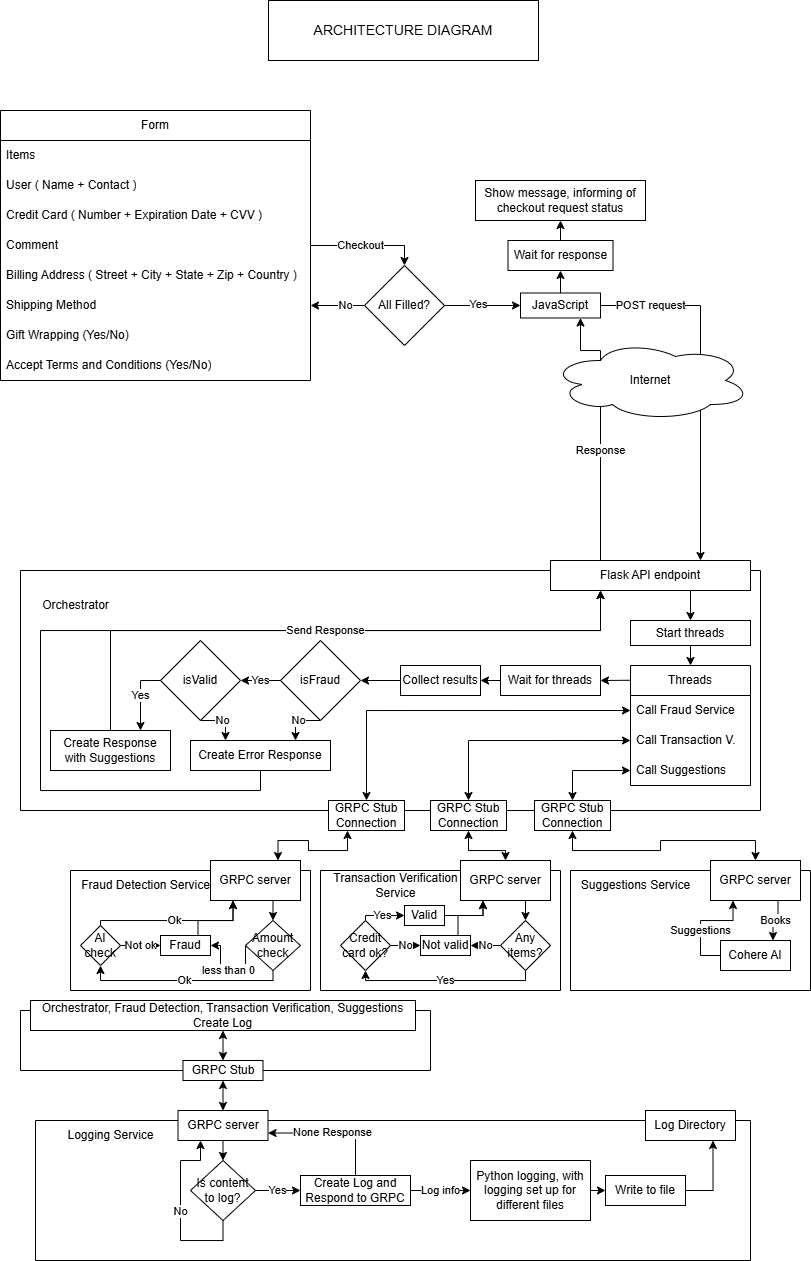
Above: docs/Architecture Diagram.png in FooKaDoO/ds-practice-2025 (draw.io), before the change. Source tidied: cells renumbered, new cells last; positions are measured from the earlier drawing's top-left corner, leaving out a move shared by most shapes.
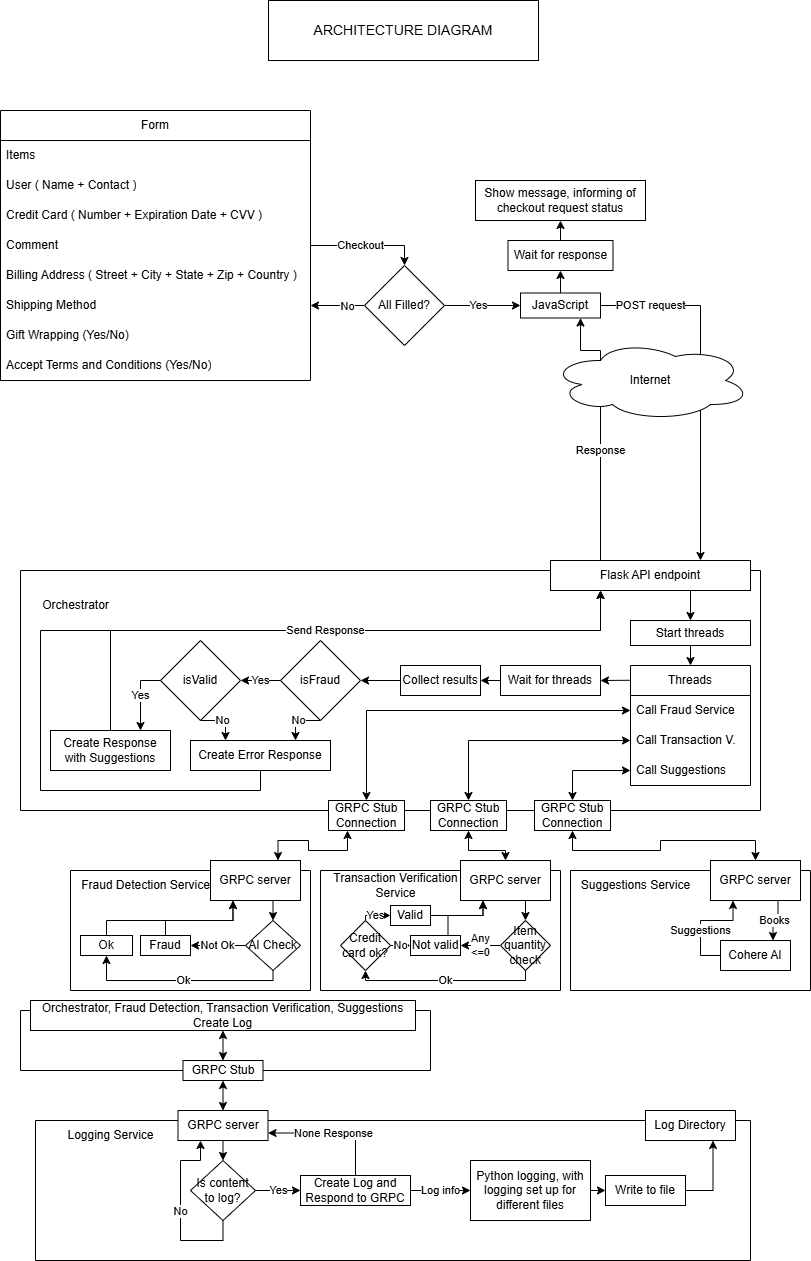
After the commit.

The edit, as a diff of the source:
```diff
@@ -173,10 +173,10 @@
     <mxCell id="55" value="Transaction Verification &lt;br&gt;Service" style="text;html=1;align=center;verticalAlign=middle;strokeColor=none;fillColor=none;" parent="52" vertex="1">
       <mxGeometry y="-5" width="150" height="40" as="geometry" />
     </mxCell>
-    <mxCell id="56" value="No" style="edgeStyle=orthogonalEdgeStyle;rounded=0;jettySize=auto;html=1;exitX=0;exitY=0.5;exitDx=0;exitDy=0;entryX=1;entryY=0.5;entryDx=0;entryDy=0;" parent="52" edge="1" source="58" target="60">
+    <mxCell id="56" value="Any &lt;br&gt;&amp;lt;=0" style="edgeStyle=orthogonalEdgeStyle;rounded=0;jettySize=auto;html=1;exitX=0;exitY=0.5;exitDx=0;exitDy=0;entryX=1;entryY=0.5;entryDx=0;entryDy=0;" parent="52" edge="1" source="58" target="60">
       <mxGeometry relative="1" as="geometry" />
     </mxCell>
-    <mxCell id="57" value="Yes" style="edgeStyle=orthogonalEdgeStyle;rounded=0;jettySize=auto;html=1;exitX=0.5;exitY=1;exitDx=0;exitDy=0;entryX=0.5;entryY=1;entryDx=0;entryDy=0;" parent="52" edge="1" source="58" target="63">
+    <mxCell id="57" value="Ok" style="edgeStyle=orthogonalEdgeStyle;rounded=0;jettySize=auto;html=1;exitX=0.5;exitY=1;exitDx=0;exitDy=0;entryX=0.5;entryY=1;entryDx=0;entryDy=0;" parent="52" edge="1" source="58" target="63">
       <mxGeometry relative="1" as="geometry">
         <Array as="points">
           <mxPoint x="205" y="110" />
@@ -184,14 +184,19 @@
         </Array>
       </mxGeometry>
     </mxCell>
-    <mxCell id="58" value="Any items?" style="rhombus;whiteSpace=wrap;html=1;" parent="52" vertex="1">
+    <mxCell id="58" value="Item quantity check" style="rhombus;whiteSpace=wrap;html=1;" parent="52" vertex="1">
       <mxGeometry x="180" y="50" width="50" height="50" as="geometry" />
     </mxCell>
     <mxCell id="59" style="edgeStyle=orthogonalEdgeStyle;rounded=0;jettySize=auto;html=1;exitX=0.75;exitY=0;exitDx=0;exitDy=0;entryX=0.25;entryY=1;entryDx=0;entryDy=0;" parent="52" edge="1" source="60" target="54">
-      <mxGeometry relative="1" as="geometry" />
+      <mxGeometry relative="1" as="geometry">
+        <Array as="points">
+          <mxPoint x="127" y="45" />
+          <mxPoint x="163" y="45" />
+        </Array>
+      </mxGeometry>
     </mxCell>
     <mxCell id="60" value="Not valid" style="rounded=0;whiteSpace=wrap;html=1;" parent="52" vertex="1">
-      <mxGeometry x="100" y="65" width="50" height="20" as="geometry" />
+      <mxGeometry x="90" y="65" width="50" height="20" as="geometry" />
     </mxCell>
     <mxCell id="61" value="No" style="edgeStyle=orthogonalEdgeStyle;rounded=0;jettySize=auto;html=1;exitX=1;exitY=0.5;exitDx=0;exitDy=0;entryX=0;entryY=0.5;entryDx=0;entryDy=0;" parent="52" edge="1" source="63" target="60">
       <mxGeometry relative="1" as="geometry" />
@@ -214,7 +219,7 @@
       </mxGeometry>
     </mxCell>
     <mxCell id="65" value="Valid" style="rounded=0;whiteSpace=wrap;html=1;" parent="52" vertex="1">
-      <mxGeometry x="84" y="35" width="40" height="20" as="geometry" />
+      <mxGeometry x="70" y="35" width="40" height="20" as="geometry" />
     </mxCell>
     <mxCell id="66" style="swimlane;startSize=0;" parent="1" vertex="1">
       <mxGeometry x="70" y="870" width="240" height="120" as="geometry" />
@@ -228,52 +233,42 @@
     <mxCell id="69" value="GRPC server" style="rounded=0;whiteSpace=wrap;html=1;" parent="66" vertex="1">
       <mxGeometry x="140" y="-10" width="90" height="40" as="geometry" />
     </mxCell>
-    <mxCell id="70" value="Ok" style="edgeStyle=orthogonalEdgeStyle;rounded=0;jettySize=auto;html=1;exitX=0.5;exitY=1;exitDx=0;exitDy=0;entryX=0.5;entryY=1;entryDx=0;entryDy=0;" parent="66" edge="1" source="72" target="75">
+    <mxCell id="70" value="Ok" style="edgeStyle=orthogonalEdgeStyle;rounded=0;jettySize=auto;html=1;exitX=0.5;exitY=1;exitDx=0;exitDy=0;entryX=0.5;entryY=1;entryDx=0;entryDy=0;" parent="66" edge="1" source="72" target="73">
       <mxGeometry relative="1" as="geometry">
         <Array as="points">
           <mxPoint x="203" y="110" />
-          <mxPoint x="30" y="110" />
-          <mxPoint x="30" y="100" />
+          <mxPoint x="36" y="110" />
         </Array>
       </mxGeometry>
     </mxCell>
-    <mxCell id="71" value="less than 0" style="edgeStyle=orthogonalEdgeStyle;rounded=0;jettySize=auto;html=1;exitX=0;exitY=0.5;exitDx=0;exitDy=0;entryX=1;entryY=0.5;entryDx=0;entryDy=0;" parent="66" edge="1" source="72" target="77">
-      <mxGeometry relative="1" as="geometry">
-        <Array as="points">
-          <mxPoint x="175" y="100" />
-          <mxPoint x="150" y="100" />
-          <mxPoint x="150" y="75" />
-        </Array>
-      </mxGeometry>
+    <mxCell id="71" value="Not Ok" style="edgeStyle=orthogonalEdgeStyle;rounded=0;jettySize=auto;html=1;exitX=0;exitY=0.5;exitDx=0;exitDy=0;entryX=1;entryY=0.5;entryDx=0;entryDy=0;" parent="66" edge="1" source="72" target="77">
+      <mxGeometry relative="1" as="geometry" />
     </mxCell>
-    <mxCell id="72" value="Amount check" style="rhombus;whiteSpace=wrap;html=1;" parent="66" vertex="1">
+    <mxCell id="72" value="AI Check" style="rhombus;whiteSpace=wrap;html=1;" parent="66" vertex="1">
       <mxGeometry x="175" y="50" width="55" height="50" as="geometry" />
     </mxCell>
-    <mxCell id="73" value="Ok" style="edgeStyle=orthogonalEdgeStyle;rounded=0;jettySize=auto;html=1;exitX=0.5;exitY=0;exitDx=0;exitDy=0;entryX=0.25;entryY=1;entryDx=0;entryDy=0;" parent="66" edge="1" source="75" target="69">
-      <mxGeometry relative="1" as="geometry">
-        <Array as="points">
-          <mxPoint x="30" y="50" />
-          <mxPoint x="163" y="50" />
-        </Array>
-      </mxGeometry>
-    </mxCell>
-    <mxCell id="74" value="Not ok" style="edgeStyle=orthogonalEdgeStyle;rounded=0;jettySize=auto;html=1;exitX=1;exitY=0.5;exitDx=0;exitDy=0;entryX=0;entryY=0.5;entryDx=0;entryDy=0;" parent="66" edge="1" source="75" target="77">
-      <mxGeometry relative="1" as="geometry" />
-    </mxCell>
-    <mxCell id="75" value="AI check" style="rhombus;whiteSpace=wrap;html=1;" parent="66" vertex="1">
-      <mxGeometry x="10" y="55" width="40" height="40" as="geometry" />
-    </mxCell>
-    <mxCell id="76" style="edgeStyle=orthogonalEdgeStyle;rounded=0;jettySize=auto;html=1;exitX=0.75;exitY=0;exitDx=0;exitDy=0;entryX=0.25;entryY=1;entryDx=0;entryDy=0;" parent="66" edge="1" source="77" target="69">
+    <mxCell id="76" style="edgeStyle=orthogonalEdgeStyle;rounded=0;jettySize=auto;html=1;exitX=0.5;exitY=0;exitDx=0;exitDy=0;entryX=0.25;entryY=1;entryDx=0;entryDy=0;" parent="66" edge="1" source="77" target="69">
       <mxGeometry relative="1" as="geometry">
         <Array as="points">
-          <mxPoint x="127" y="50" />
+          <mxPoint x="95" y="50" />
           <mxPoint x="163" y="50" />
         </Array>
       </mxGeometry>
     </mxCell>
     <mxCell id="77" value="Fraud" style="rounded=0;whiteSpace=wrap;html=1;" parent="66" vertex="1">
-      <mxGeometry x="90" y="65" width="50" height="20" as="geometry" />
+      <mxGeometry x="70" y="65" width="50" height="20" as="geometry" />
     </mxCell>
+    <mxCell id="112" style="edgeStyle=orthogonalEdgeStyle;rounded=0;jettySize=auto;html=1;exitX=0.5;exitY=0;exitDx=0;exitDy=0;entryX=0.25;entryY=1;entryDx=0;entryDy=0;" parent="66" edge="1" source="73" target="69">
+      <mxGeometry relative="1" as="geometry">
+        <Array as="points">
+          <mxPoint x="36" y="50" />
+          <mxPoint x="163" y="50" />
+        </Array>
+      </mxGeometry>
+    </mxCell>
+    <mxCell id="73" value="Ok" style="rounded=0;whiteSpace=wrap;html=1;" parent="66" vertex="1">
+      <mxGeometry x="10" y="65" width="52" height="20" as="geometry" />
+    </mxCell>
     <mxCell id="78" style="edgeStyle=orthogonalEdgeStyle;rounded=0;jettySize=auto;html=1;exitX=0.5;exitY=1;exitDx=0;exitDy=0;entryX=0.5;entryY=0;entryDx=0;entryDy=0;startArrow=classic;startFill=1;" parent="1" edge="1" source="79" target="49">
       <mxGeometry relative="1" as="geometry" />
     </mxCell>
```
